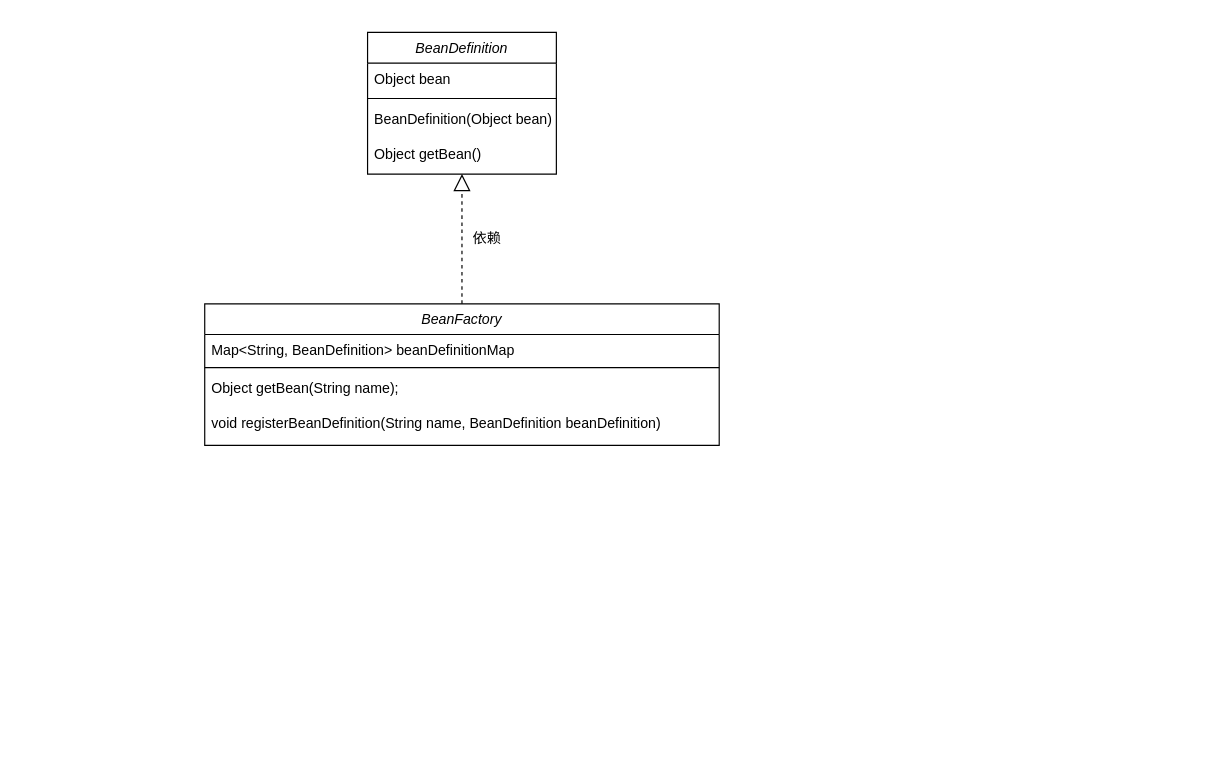
Before: small-spring/small-spring-02.drawio in taiheqin/diagrams, a draw.io diagram. Source tidied: cells renumbered, new cells numbered last; positions are measured from the earlier drawing's top-left corner, leaving out a move shared by most shapes. Both pictures are drawn from the tidied source at 118%, with x=0, y=0 at pixel (204, 32).
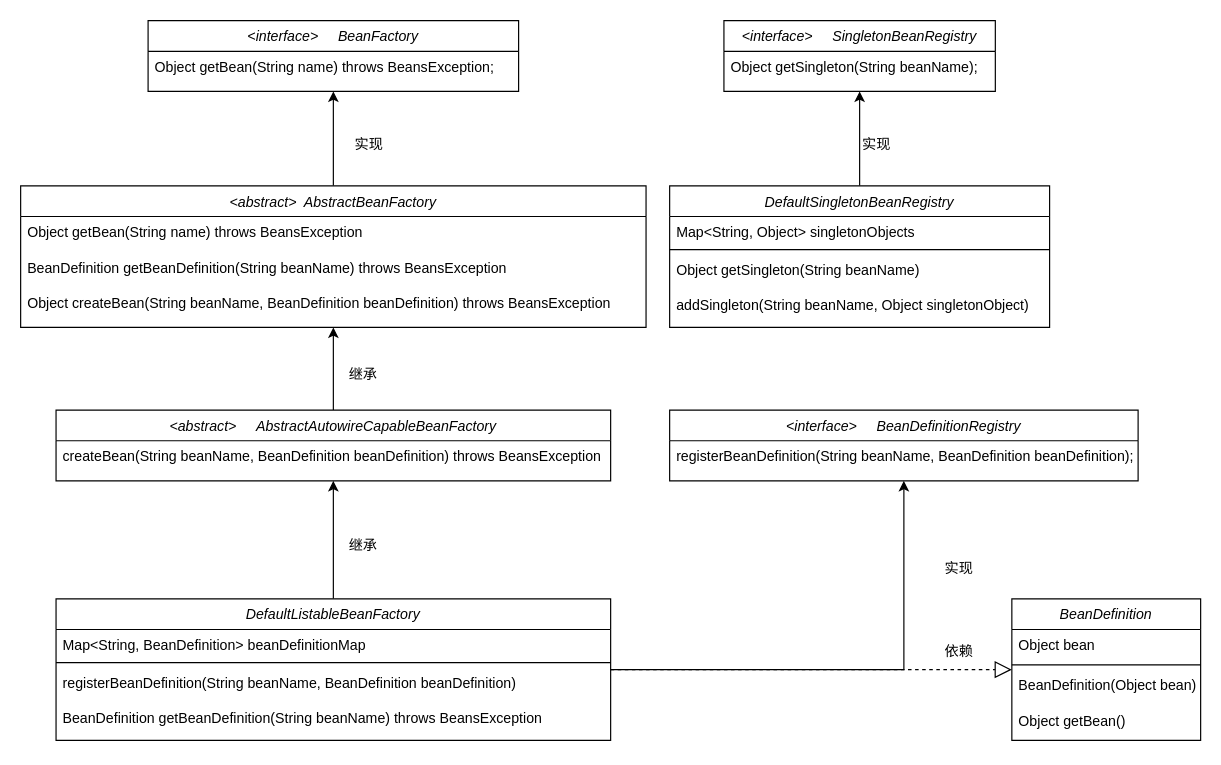
The same diagram, later.

The edit, as a diff of the source:
```diff
@@
     <mxCell id="2" value="BeanDefinition" style="swimlane;fontStyle=2;align=center;verticalAlign=top;horizontal=1;startSize=26;rounded=0;shadow=0;strokeWidth=1;" parent="1" vertex="1">
-      <mxGeometry x="138" width="160" height="120" as="geometry" />
+      <mxGeometry x="684" y="480" width="160" height="120" as="geometry" />
     </mxCell>
@@
-    <mxCell id="7" value="BeanFactory" style="swimlane;fontStyle=2;align=center;verticalAlign=top;horizontal=1;startSize=26;rounded=0;shadow=0;strokeWidth=1;" parent="1" vertex="1">
-      <mxGeometry y="230" width="436" height="120" as="geometry" />
+    <mxCell id="7" value="&lt;interface&gt;     BeanFactory" style="swimlane;fontStyle=2;align=center;verticalAlign=top;horizontal=1;startSize=26;rounded=0;shadow=0;strokeWidth=1;" parent="1" vertex="1">
+      <mxGeometry x="-48" y="-10" width="314" height="60" as="geometry" />
     </mxCell>
+    <mxCell id="10" value="Object getBean(String name) throws BeansException;" style="text;align=left;verticalAlign=top;spacingLeft=4;spacingRight=4;overflow=hidden;" parent="7" vertex="1">
+      <mxGeometry y="26" width="314" height="30" as="geometry" />
+    </mxCell>
+    <mxCell id="14" value="&lt;interface&gt;     BeanDefinitionRegistry" style="swimlane;fontStyle=2;align=center;verticalAlign=top;horizontal=1;startSize=26;rounded=0;shadow=0;strokeWidth=1;" parent="1" vertex="1">
+      <mxGeometry x="394" y="320" width="397" height="60" as="geometry" />
+    </mxCell>
+    <mxCell id="15" value="registerBeanDefinition(String beanName, BeanDefinition beanDefinition);" style="text;align=left;verticalAlign=top;spacingLeft=4;spacingRight=4;overflow=hidden;" parent="14" vertex="1">
+      <mxGeometry y="26" width="397" height="24" as="geometry" />
+    </mxCell>
+    <mxCell id="16" value="&lt;interface&gt;     SingletonBeanRegistry" style="swimlane;fontStyle=2;align=center;verticalAlign=top;horizontal=1;startSize=26;rounded=0;shadow=0;strokeWidth=1;" parent="1" vertex="1">
+      <mxGeometry x="440" y="-10" width="230" height="60" as="geometry" />
+    </mxCell>
+    <mxCell id="17" value="Object getSingleton(String beanName);" style="text;align=left;verticalAlign=top;spacingLeft=4;spacingRight=4;overflow=hidden;" parent="16" vertex="1">
+      <mxGeometry y="26" width="230" height="24" as="geometry" />
+    </mxCell>
+    <mxCell id="18" style="edgeStyle=orthogonalEdgeStyle;rounded=0;jettySize=auto;html=1;" parent="1" edge="1" source="19" target="16">
+      <mxGeometry relative="1" as="geometry" />
+    </mxCell>
+    <mxCell id="19" value="DefaultSingletonBeanRegistry" style="swimlane;fontStyle=2;align=center;verticalAlign=top;horizontal=1;startSize=26;rounded=0;shadow=0;strokeWidth=1;" parent="1" vertex="1">
+      <mxGeometry x="394" y="130" width="322" height="120" as="geometry" />
+    </mxCell>
+    <mxCell id="20" value="Map&lt;String, Object&gt; singletonObjects" style="text;align=left;verticalAlign=top;spacingLeft=4;spacingRight=4;overflow=hidden;" parent="19" vertex="1">
+      <mxGeometry y="26" width="322" height="24" as="geometry" />
+    </mxCell>
+    <mxCell id="21" style="line;html=1;strokeWidth=1;align=left;verticalAlign=middle;spacingTop=-1;spacingLeft=3;spacingRight=3;labelPosition=right;" parent="19" vertex="1">
+      <mxGeometry y="50" width="322" height="8" as="geometry" />
+    </mxCell>
+    <mxCell id="22" value="Object getSingleton(String beanName)" style="text;align=left;verticalAlign=top;spacingLeft=4;spacingRight=4;overflow=hidden;" parent="19" vertex="1">
+      <mxGeometry y="58" width="322" height="30" as="geometry" />
+    </mxCell>
+    <mxCell id="23" value="addSingleton(String beanName, Object singletonObject)" style="text;align=left;verticalAlign=top;spacingLeft=4;spacingRight=4;overflow=hidden;" parent="19" vertex="1">
+      <mxGeometry y="88" width="322" height="30" as="geometry" />
+    </mxCell>
+    <mxCell id="24" style="endArrow=block;dashed=1;endFill=0;endSize=12;html=1;rounded=0;" parent="1" edge="1" source="35" target="2">
+      <mxGeometry relative="1" as="geometry" />
+    </mxCell>
+    <mxCell id="13" value="依赖" style="text;html=1;align=center;verticalAlign=middle;strokeColor=none;fillColor=none;" parent="1" vertex="1">
+      <mxGeometry x="614" y="510" width="50" height="30" as="geometry" />
+    </mxCell>
+    <mxCell id="25" style="edgeStyle=orthogonalEdgeStyle;rounded=0;jettySize=auto;html=1;entryX=0.5;entryY=1;entryDx=0;entryDy=0;" parent="1" edge="1" source="26" target="7">
+      <mxGeometry relative="1" as="geometry" />
+    </mxCell>
+    <mxCell id="26" value="&lt;abstract&gt;  AbstractBeanFactory" style="swimlane;fontStyle=2;align=center;verticalAlign=top;horizontal=1;startSize=26;rounded=0;shadow=0;strokeWidth=1;" parent="1" vertex="1">
+      <mxGeometry x="-156" y="130" width="530" height="120" as="geometry" />
+    </mxCell>
+    <mxCell id="27" value="Object getBean(String name) throws BeansException" style="text;align=left;verticalAlign=top;spacingLeft=4;spacingRight=4;overflow=hidden;" parent="26" vertex="1">
+      <mxGeometry y="26" width="530" height="30" as="geometry" />
+    </mxCell>
+    <mxCell id="28" value="BeanDefinition getBeanDefinition(String beanName) throws BeansException" style="text;align=left;verticalAlign=top;spacingLeft=4;spacingRight=4;overflow=hidden;" parent="26" vertex="1">
+      <mxGeometry y="56" width="530" height="30" as="geometry" />
+    </mxCell>
+    <mxCell id="29" value="Object createBean(String beanName, BeanDefinition beanDefinition) throws BeansException" style="text;align=left;verticalAlign=top;spacingLeft=4;spacingRight=4;overflow=hidden;" parent="26" vertex="1">
+      <mxGeometry y="86" width="530" height="30" as="geometry" />
+    </mxCell>
+    <mxCell id="30" style="edgeStyle=orthogonalEdgeStyle;rounded=0;jettySize=auto;html=1;entryX=0.5;entryY=1;entryDx=0;entryDy=0;" parent="1" edge="1" source="31" target="26">
+      <mxGeometry relative="1" as="geometry" />
+    </mxCell>
+    <mxCell id="31" value="&lt;abstract&gt;     AbstractAutowireCapableBeanFactory" style="swimlane;fontStyle=2;align=center;verticalAlign=top;horizontal=1;startSize=26;rounded=0;shadow=0;strokeWidth=1;" parent="1" vertex="1">
+      <mxGeometry x="-126" y="320" width="470" height="60" as="geometry" />
+    </mxCell>
+    <mxCell id="32" value="createBean(String beanName, BeanDefinition beanDefinition) throws BeansException" style="text;align=left;verticalAlign=top;spacingLeft=4;spacingRight=4;overflow=hidden;" parent="31" vertex="1">
+      <mxGeometry y="26" width="470" height="24" as="geometry" />
+    </mxCell>
+    <mxCell id="33" style="edgeStyle=orthogonalEdgeStyle;rounded=0;jettySize=auto;html=1;entryX=0.5;entryY=1;entryDx=0;entryDy=0;" parent="1" edge="1" source="35" target="31">
+      <mxGeometry relative="1" as="geometry" />
+    </mxCell>
+    <mxCell id="34" style="edgeStyle=orthogonalEdgeStyle;rounded=0;jettySize=auto;html=1;entryX=0.5;entryY=1;entryDx=0;entryDy=0;" parent="1" edge="1" source="35" target="14">
+      <mxGeometry relative="1" as="geometry" />
+    </mxCell>
+    <mxCell id="35" value="DefaultListableBeanFactory" style="swimlane;fontStyle=2;align=center;verticalAlign=top;horizontal=1;startSize=26;rounded=0;shadow=0;strokeWidth=1;" parent="1" vertex="1">
+      <mxGeometry x="-126" y="480" width="470" height="120" as="geometry" />
+    </mxCell>
-    <mxCell id="8" value="Map&lt;String, BeanDefinition&gt; beanDefinitionMap" style="text;align=left;verticalAlign=top;spacingLeft=4;spacingRight=4;overflow=hidden;" parent="7" vertex="1">
-      <mxGeometry y="26" width="436" height="24" as="geometry" />
+    <mxCell id="8" value="Map&lt;String, BeanDefinition&gt; beanDefinitionMap " style="text;align=left;verticalAlign=top;spacingLeft=4;spacingRight=4;overflow=hidden;" parent="35" vertex="1">
+      <mxGeometry y="26" width="470" height="24" as="geometry" />
     </mxCell>
-    <mxCell id="9" style="line;html=1;strokeWidth=1;align=left;verticalAlign=middle;spacingTop=-1;spacingLeft=3;spacingRight=3;labelPosition=right;" parent="7" vertex="1">
-      <mxGeometry y="50" width="436" height="8" as="geometry" />
-    </mxCell>
-    <mxCell id="10" value="Object getBean(String name);" style="text;align=left;verticalAlign=top;spacingLeft=4;spacingRight=4;overflow=hidden;" parent="7" vertex="1">
-      <mxGeometry y="58" width="436" height="30" as="geometry" />
-    </mxCell>
-    <mxCell id="11" value="void registerBeanDefinition(String name, BeanDefinition beanDefinition)" style="text;align=left;verticalAlign=top;spacingLeft=4;spacingRight=4;overflow=hidden;" parent="7" vertex="1">
-      <mxGeometry y="88" width="436" height="30" as="geometry" />
-    </mxCell>
-    <mxCell id="12" style="endArrow=block;dashed=1;endFill=0;endSize=12;html=1;rounded=0;exitX=0.5;exitY=0;exitDx=0;exitDy=0;" parent="1" edge="1" source="7" target="2">
-      <mxGeometry relative="1" as="geometry" />
-    </mxCell>
-    <mxCell id="13" value="依赖" style="text;html=1;align=center;verticalAlign=middle;strokeColor=none;fillColor=none;" parent="1" vertex="1">
-      <mxGeometry x="214" y="160" width="50" height="30" as="geometry" />
-    </mxCell>
+    <mxCell id="36" style="line;html=1;strokeWidth=1;align=left;verticalAlign=middle;spacingTop=-1;spacingLeft=3;spacingRight=3;labelPosition=right;" parent="35" vertex="1">
+      <mxGeometry y="50" width="470" height="8" as="geometry" />
+    </mxCell>
+    <mxCell id="37" value="registerBeanDefinition(String beanName, BeanDefinition beanDefinition)" style="text;align=left;verticalAlign=top;spacingLeft=4;spacingRight=4;overflow=hidden;" parent="35" vertex="1">
+      <mxGeometry y="58" width="470" height="30" as="geometry" />
+    </mxCell>
+    <mxCell id="38" value="BeanDefinition getBeanDefinition(String beanName) throws BeansException" style="text;align=left;verticalAlign=top;spacingLeft=4;spacingRight=4;overflow=hidden;" parent="35" vertex="1">
+      <mxGeometry y="88" width="470" height="30" as="geometry" />
+    </mxCell>
+    <mxCell id="39" value="实现" style="text;html=1;align=center;verticalAlign=middle;strokeColor=none;fillColor=none;" parent="1" vertex="1">
+      <mxGeometry x="544" y="80" width="50" height="30" as="geometry" />
+    </mxCell>
+    <mxCell id="40" value="实现" style="text;html=1;align=center;verticalAlign=middle;strokeColor=none;fillColor=none;" parent="1" vertex="1">
+      <mxGeometry x="114" y="80" width="50" height="30" as="geometry" />
+    </mxCell>
+    <mxCell id="41" value="继承" style="text;html=1;align=center;verticalAlign=middle;strokeColor=none;fillColor=none;" parent="1" vertex="1">
+      <mxGeometry x="109" y="275" width="50" height="30" as="geometry" />
+    </mxCell>
+    <mxCell id="42" value="继承" style="text;html=1;align=center;verticalAlign=middle;strokeColor=none;fillColor=none;" parent="1" vertex="1">
+      <mxGeometry x="109" y="420" width="50" height="30" as="geometry" />
+    </mxCell>
+    <mxCell id="43" value="实现" style="text;html=1;align=center;verticalAlign=middle;strokeColor=none;fillColor=none;" parent="1" vertex="1">
+      <mxGeometry x="614" y="440" width="50" height="30" as="geometry" />
+    </mxCell>
```
